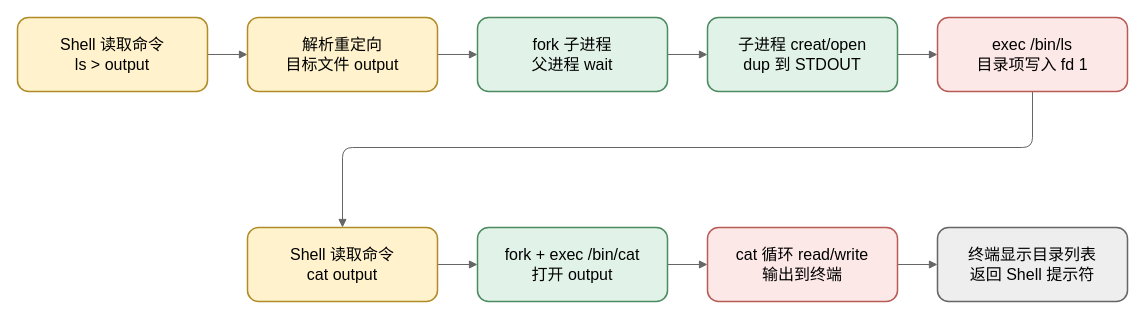
Before: figures/test-ls-cat-flow.drawio in greatbridf/Thesis, a draw.io diagram. Source tidied: cells renumbered, new cells numbered last; positions are measured from the earlier drawing's top-left corner, leaving out a move shared by most shapes. Both pictures are drawn from the tidied source at 100%, with x=0, y=0 at pixel (17, 17).
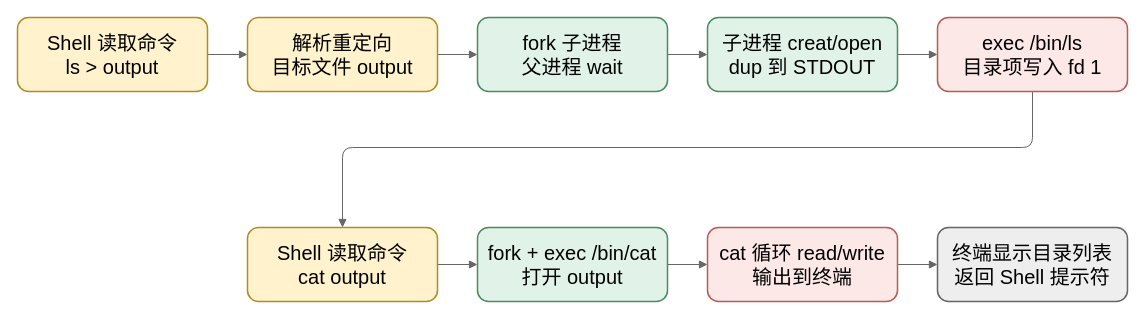
After the change.

Diff of the diagram source:
```diff
@@
-    <mxCell id="2" style="edgeStyle=orthogonalEdgeStyle;rounded=1;jettySize=auto;html=1;fontFamily=Helvetica;fontSize=14;strokeColor=#666666;endArrow=block;endFill=1;exitX=1;exitY=0.5;entryX=0;entryY=0.5;" parent="1" edge="1" source="10" target="11">
+    <mxCell id="2" style="edgeStyle=orthogonalEdgeStyle;rounded=1;jettySize=auto;html=1;fontFamily=Helvetica;fontSize=18;strokeColor=#666666;endArrow=block;endFill=1;exitX=1;exitY=0.5;entryX=0;entryY=0.5;" parent="1" edge="1" source="10" target="11">
       <mxGeometry relative="1" as="geometry" />
     </mxCell>
-    <mxCell id="3" style="edgeStyle=orthogonalEdgeStyle;rounded=1;jettySize=auto;html=1;fontFamily=Helvetica;fontSize=14;strokeColor=#666666;endArrow=block;endFill=1;exitX=1;exitY=0.5;entryX=0;entryY=0.5;" parent="1" edge="1" source="11" target="12">
+    <mxCell id="3" style="edgeStyle=orthogonalEdgeStyle;rounded=1;jettySize=auto;html=1;fontFamily=Helvetica;fontSize=18;strokeColor=#666666;endArrow=block;endFill=1;exitX=1;exitY=0.5;entryX=0;entryY=0.5;" parent="1" edge="1" source="11" target="12">
       <mxGeometry relative="1" as="geometry" />
     </mxCell>
-    <mxCell id="4" style="edgeStyle=orthogonalEdgeStyle;rounded=1;jettySize=auto;html=1;fontFamily=Helvetica;fontSize=14;strokeColor=#666666;endArrow=block;endFill=1;exitX=1;exitY=0.5;entryX=0;entryY=0.5;" parent="1" edge="1" source="12" target="13">
+    <mxCell id="4" style="edgeStyle=orthogonalEdgeStyle;rounded=1;jettySize=auto;html=1;fontFamily=Helvetica;fontSize=18;strokeColor=#666666;endArrow=block;endFill=1;exitX=1;exitY=0.5;entryX=0;entryY=0.5;" parent="1" edge="1" source="12" target="13">
       <mxGeometry relative="1" as="geometry" />
     </mxCell>
-    <mxCell id="5" style="edgeStyle=orthogonalEdgeStyle;rounded=1;jettySize=auto;html=1;fontFamily=Helvetica;fontSize=14;strokeColor=#666666;endArrow=block;endFill=1;exitX=1;exitY=0.5;entryX=0;entryY=0.5;" parent="1" edge="1" source="13" target="14">
+    <mxCell id="5" style="edgeStyle=orthogonalEdgeStyle;rounded=1;jettySize=auto;html=1;fontFamily=Helvetica;fontSize=18;strokeColor=#666666;endArrow=block;endFill=1;exitX=1;exitY=0.5;entryX=0;entryY=0.5;" parent="1" edge="1" source="13" target="14">
       <mxGeometry relative="1" as="geometry" />
     </mxCell>
-    <mxCell id="6" style="edgeStyle=orthogonalEdgeStyle;rounded=1;jettySize=auto;html=1;fontFamily=Helvetica;fontSize=14;strokeColor=#666666;endArrow=block;endFill=1;exitX=0.5;exitY=1;entryX=0.5;entryY=0;" parent="1" edge="1" source="14" target="15">
+    <mxCell id="6" style="edgeStyle=orthogonalEdgeStyle;rounded=1;jettySize=auto;html=1;fontFamily=Helvetica;fontSize=18;strokeColor=#666666;endArrow=block;endFill=1;exitX=0.5;exitY=1;entryX=0.5;entryY=0;" parent="1" edge="1" source="14" target="15">
       <mxGeometry relative="1" as="geometry">
         <Array as="points">
           <mxPoint x="1015" y="130" />
           <mxPoint x="325" y="130" />
         </Array>
       </mxGeometry>
     </mxCell>
-    <mxCell id="7" style="edgeStyle=orthogonalEdgeStyle;rounded=1;jettySize=auto;html=1;fontFamily=Helvetica;fontSize=14;strokeColor=#666666;endArrow=block;endFill=1;exitX=1;exitY=0.5;entryX=0;entryY=0.5;" parent="1" edge="1" source="15" target="16">
+    <mxCell id="7" style="edgeStyle=orthogonalEdgeStyle;rounded=1;jettySize=auto;html=1;fontFamily=Helvetica;fontSize=18;strokeColor=#666666;endArrow=block;endFill=1;exitX=1;exitY=0.5;entryX=0;entryY=0.5;" parent="1" edge="1" source="15" target="16">
       <mxGeometry relative="1" as="geometry" />
     </mxCell>
-    <mxCell id="8" style="edgeStyle=orthogonalEdgeStyle;rounded=1;jettySize=auto;html=1;fontFamily=Helvetica;fontSize=14;strokeColor=#666666;endArrow=block;endFill=1;exitX=1;exitY=0.5;entryX=0;entryY=0.5;" parent="1" edge="1" source="16" target="17">
+    <mxCell id="8" style="edgeStyle=orthogonalEdgeStyle;rounded=1;jettySize=auto;html=1;fontFamily=Helvetica;fontSize=18;strokeColor=#666666;endArrow=block;endFill=1;exitX=1;exitY=0.5;entryX=0;entryY=0.5;" parent="1" edge="1" source="16" target="17">
       <mxGeometry relative="1" as="geometry" />
     </mxCell>
-    <mxCell id="9" style="edgeStyle=orthogonalEdgeStyle;rounded=1;jettySize=auto;html=1;fontFamily=Helvetica;fontSize=14;strokeColor=#666666;endArrow=block;endFill=1;exitX=1;exitY=0.5;entryX=0;entryY=0.5;" parent="1" edge="1" source="17" target="18">
+    <mxCell id="9" style="edgeStyle=orthogonalEdgeStyle;rounded=1;jettySize=auto;html=1;fontFamily=Helvetica;fontSize=18;strokeColor=#666666;endArrow=block;endFill=1;exitX=1;exitY=0.5;entryX=0;entryY=0.5;" parent="1" edge="1" source="17" target="18">
       <mxGeometry relative="1" as="geometry" />
     </mxCell>
-    <mxCell id="10" value="Shell 读取命令&lt;br&gt;ls &gt; output" style="rounded=1;whiteSpace=wrap;html=1;fontFamily=Helvetica;fontSize=16;strokeWidth=1.5;fillColor=#fff2cc;strokeColor=#b08b27;" parent="1" vertex="1">
+    <mxCell id="10" value="Shell 读取命令&lt;br&gt;ls &gt; output" style="rounded=1;whiteSpace=wrap;html=1;fontFamily=Helvetica;fontSize=20;strokeWidth=1.5;fillColor=#fff2cc;strokeColor=#b08b27;" parent="1" vertex="1">
       <mxGeometry width="190" height="74" as="geometry" />
     </mxCell>
-    <mxCell id="11" value="解析重定向&lt;br&gt;目标文件 output" style="rounded=1;whiteSpace=wrap;html=1;fontFamily=Helvetica;fontSize=16;strokeWidth=1.5;fillColor=#fff2cc;strokeColor=#b08b27;" parent="1" vertex="1">
+    <mxCell id="11" value="解析重定向&lt;br&gt;目标文件 output" style="rounded=1;whiteSpace=wrap;html=1;fontFamily=Helvetica;fontSize=20;strokeWidth=1.5;fillColor=#fff2cc;strokeColor=#b08b27;" parent="1" vertex="1">
       <mxGeometry x="230" width="190" height="74" as="geometry" />
     </mxCell>
-    <mxCell id="12" value="fork 子进程&lt;br&gt;父进程 wait" style="rounded=1;whiteSpace=wrap;html=1;fontFamily=Helvetica;fontSize=16;strokeWidth=1.5;fillColor=#e1f3e8;strokeColor=#4b8b5f;" parent="1" vertex="1">
+    <mxCell id="12" value="fork 子进程&lt;br&gt;父进程 wait" style="rounded=1;whiteSpace=wrap;html=1;fontFamily=Helvetica;fontSize=20;strokeWidth=1.5;fillColor=#e1f3e8;strokeColor=#4b8b5f;" parent="1" vertex="1">
       <mxGeometry x="460" width="190" height="74" as="geometry" />
     </mxCell>
-    <mxCell id="13" value="子进程 creat/open&lt;br&gt;dup 到 STDOUT" style="rounded=1;whiteSpace=wrap;html=1;fontFamily=Helvetica;fontSize=16;strokeWidth=1.5;fillColor=#e1f3e8;strokeColor=#4b8b5f;" parent="1" vertex="1">
+    <mxCell id="13" value="子进程 creat/open&lt;br&gt;dup 到 STDOUT" style="rounded=1;whiteSpace=wrap;html=1;fontFamily=Helvetica;fontSize=20;strokeWidth=1.5;fillColor=#e1f3e8;strokeColor=#4b8b5f;" parent="1" vertex="1">
       <mxGeometry x="690" width="190" height="74" as="geometry" />
     </mxCell>
-    <mxCell id="14" value="exec /bin/ls&lt;br&gt;目录项写入 fd 1" style="rounded=1;whiteSpace=wrap;html=1;fontFamily=Helvetica;fontSize=16;strokeWidth=1.5;fillColor=#fce8e6;strokeColor=#b85b56;" parent="1" vertex="1">
+    <mxCell id="14" value="exec /bin/ls&lt;br&gt;目录项写入 fd 1" style="rounded=1;whiteSpace=wrap;html=1;fontFamily=Helvetica;fontSize=20;strokeWidth=1.5;fillColor=#fce8e6;strokeColor=#b85b56;" parent="1" vertex="1">
       <mxGeometry x="920" width="190" height="74" as="geometry" />
     </mxCell>
-    <mxCell id="15" value="Shell 读取命令&lt;br&gt;cat output" style="rounded=1;whiteSpace=wrap;html=1;fontFamily=Helvetica;fontSize=16;strokeWidth=1.5;fillColor=#fff2cc;strokeColor=#b08b27;" parent="1" vertex="1">
+    <mxCell id="15" value="Shell 读取命令&lt;br&gt;cat output" style="rounded=1;whiteSpace=wrap;html=1;fontFamily=Helvetica;fontSize=20;strokeWidth=1.5;fillColor=#fff2cc;strokeColor=#b08b27;" parent="1" vertex="1">
       <mxGeometry x="230" y="210" width="190" height="74" as="geometry" />
     </mxCell>
-    <mxCell id="16" value="fork + exec /bin/cat&lt;br&gt;打开 output" style="rounded=1;whiteSpace=wrap;html=1;fontFamily=Helvetica;fontSize=16;strokeWidth=1.5;fillColor=#e1f3e8;strokeColor=#4b8b5f;" parent="1" vertex="1">
+    <mxCell id="16" value="fork + exec /bin/cat&lt;br&gt;打开 output" style="rounded=1;whiteSpace=wrap;html=1;fontFamily=Helvetica;fontSize=20;strokeWidth=1.5;fillColor=#e1f3e8;strokeColor=#4b8b5f;" parent="1" vertex="1">
       <mxGeometry x="460" y="210" width="190" height="74" as="geometry" />
     </mxCell>
-    <mxCell id="17" value="cat 循环 read/write&lt;br&gt;输出到终端" style="rounded=1;whiteSpace=wrap;html=1;fontFamily=Helvetica;fontSize=16;strokeWidth=1.5;fillColor=#fce8e6;strokeColor=#b85b56;" parent="1" vertex="1">
+    <mxCell id="17" value="cat 循环 read/write&lt;br&gt;输出到终端" style="rounded=1;whiteSpace=wrap;html=1;fontFamily=Helvetica;fontSize=20;strokeWidth=1.5;fillColor=#fce8e6;strokeColor=#b85b56;" parent="1" vertex="1">
       <mxGeometry x="690" y="210" width="190" height="74" as="geometry" />
     </mxCell>
-    <mxCell id="18" value="终端显示目录列表&lt;br&gt;返回 Shell 提示符" style="rounded=1;whiteSpace=wrap;html=1;fontFamily=Helvetica;fontSize=16;strokeWidth=1.5;fillColor=#eeeeee;strokeColor=#666666;" parent="1" vertex="1">
+    <mxCell id="18" value="终端显示目录列表&lt;br&gt;返回 Shell 提示符" style="rounded=1;whiteSpace=wrap;html=1;fontFamily=Helvetica;fontSize=20;strokeWidth=1.5;fillColor=#eeeeee;strokeColor=#666666;" parent="1" vertex="1">
       <mxGeometry x="920" y="210" width="190" height="74" as="geometry" />
     </mxCell>
```
